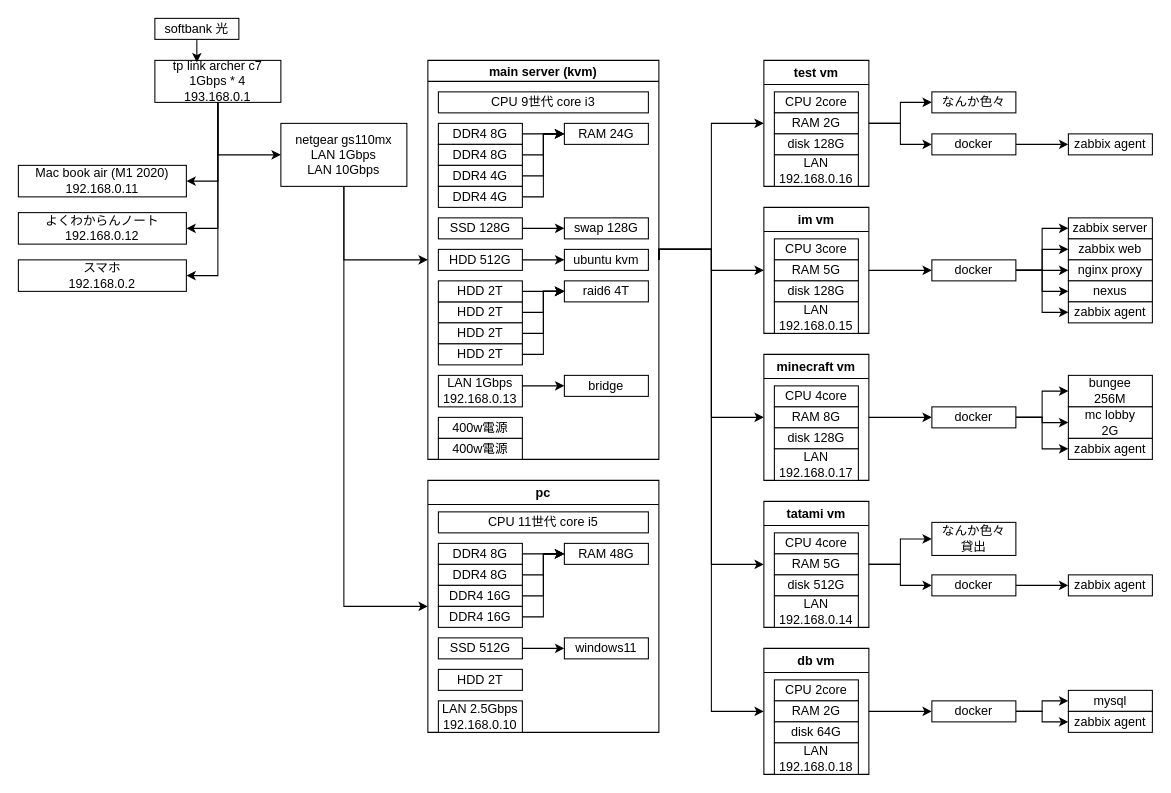
Earlier version of the draw.io diagram config.dio (kigawa01/kigawa01). Source tidied: cells renumbered, new cells numbered last; positions are measured from the earlier drawing's top-left corner, leaving out a move shared by most shapes. Both pictures are drawn from the tidied source at 105%, with x=0, y=0 at pixel (18, 18).
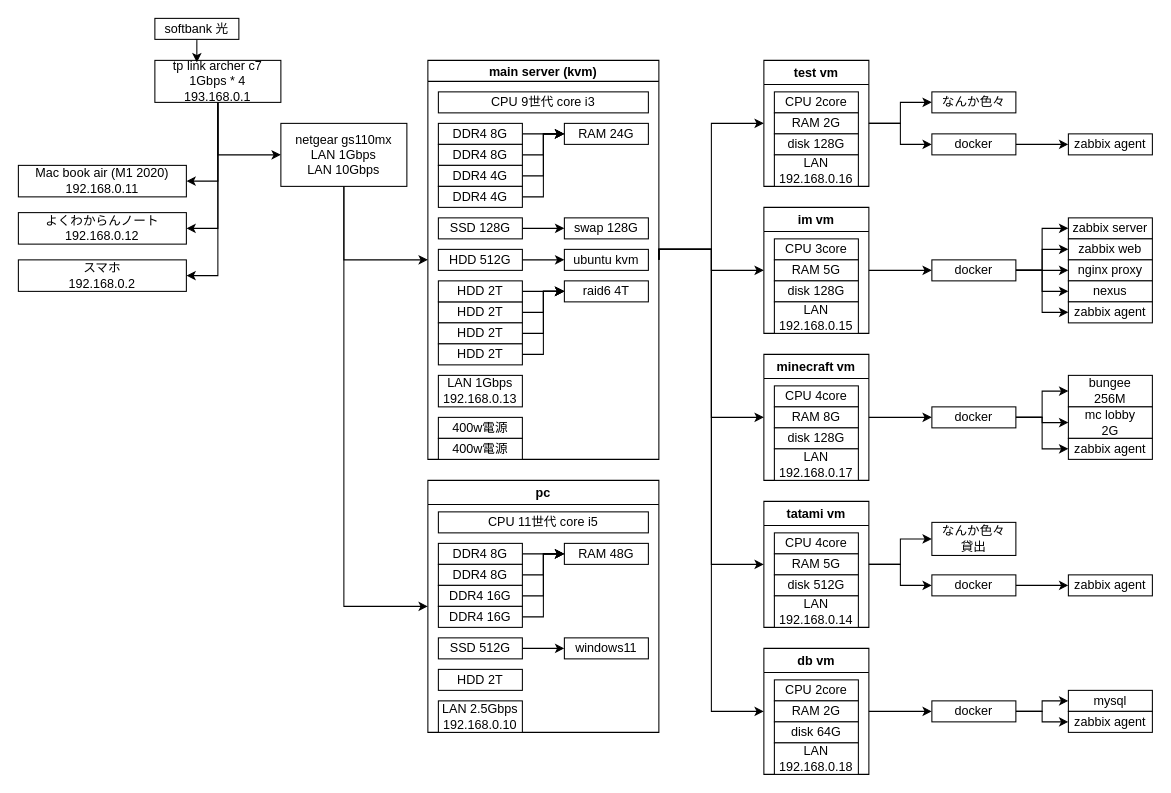
The same page after the edit.

The change refers to these unchanged cells:
```xml
<mxCell id="7" value="main server (kvm)" style="swimlane;startSize=20;" parent="1" vertex="1">
  <mxGeometry x="390" y="40" width="220" height="380" as="geometry" />
</mxCell>
<mxCell id="28" value="LAN 1Gbps&lt;br&gt;192.168.0.13" style="rounded=0;whiteSpace=wrap;html=1;" parent="7" vertex="1">
  <mxGeometry x="10" y="300" width="80" height="30" as="geometry" />
</mxCell>
```

Diff of the diagram source:
```diff
@@
-    <mxCell id="27" style="edgeStyle=orthogonalEdgeStyle;rounded=0;html=1;exitX=1;exitY=0.25;exitDx=0;exitDy=0;entryX=0;entryY=0.5;entryDx=0;entryDy=0;" parent="7" edge="1" source="28" target="37">
-      <mxGeometry relative="1" as="geometry">
-        <Array as="points">
-          <mxPoint x="90" y="310" />
-        </Array>
-      </mxGeometry>
-    </mxCell>
@@
-    <mxCell id="37" value="bridge" style="rounded=0;whiteSpace=wrap;html=1;" parent="7" vertex="1">
-      <mxGeometry x="130" y="300" width="80" height="20" as="geometry" />
-    </mxCell>
```
